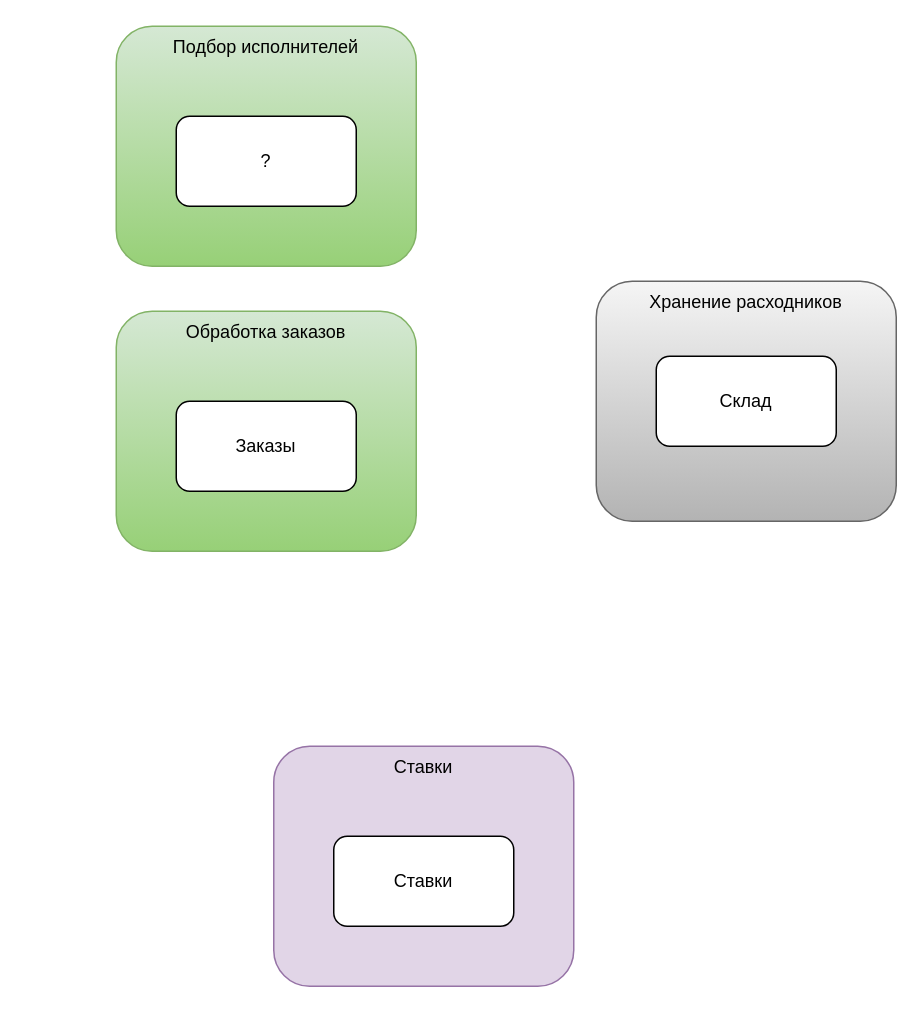
Above: 2_Bounded_context.drawio in jnzz/MCF (draw.io), before the change. Source tidied: cells renumbered, new cells numbered last; positions are measured from the earlier drawing's top-left corner, leaving out a move shared by most shapes. Both pictures are drawn from the tidied source at 150%, with x=0, y=0 at pixel (116, 26).
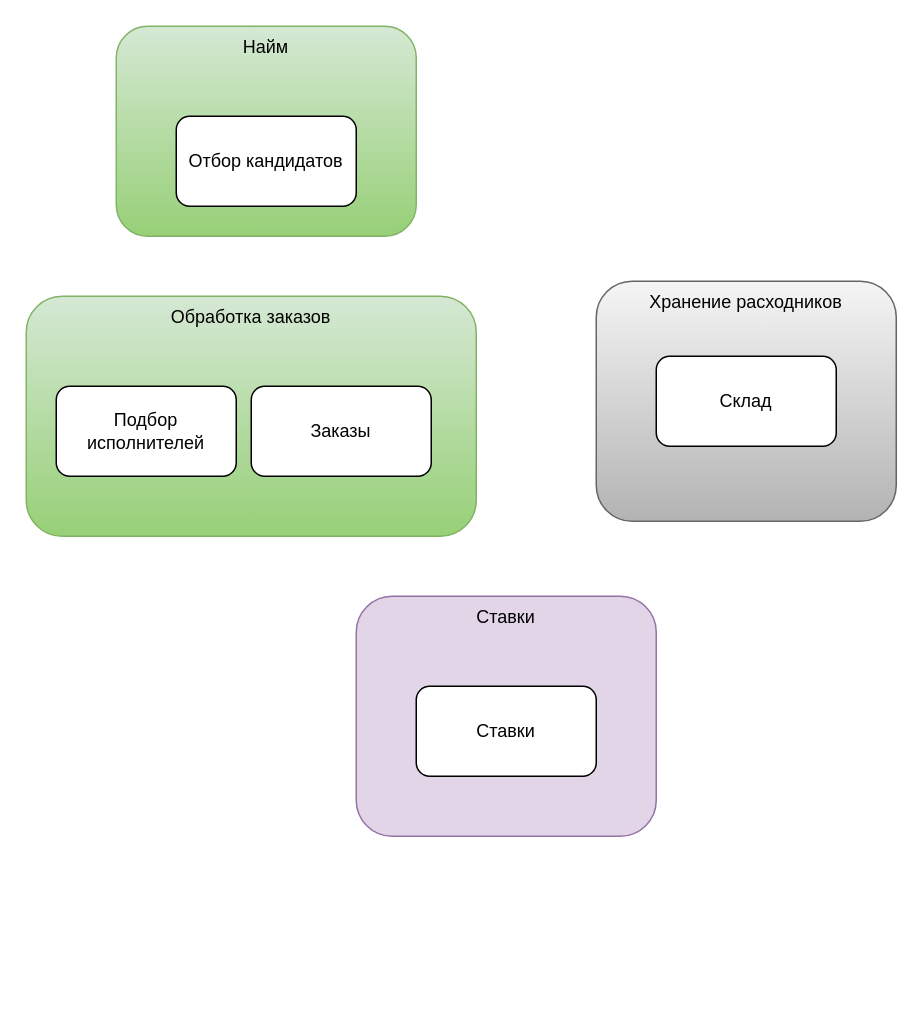
The same page after the edit.

The edit, as a diff of the source:
```diff
@@
 <mxGraphModel>
   <root>
     <mxCell id="0" />
     <mxCell id="1" parent="0" />
     <mxCell id="2" value="Хранение расходников" style="rounded=1;whiteSpace=wrap;html=1;fillColor=#f5f5f5;strokeColor=#666666;gradientColor=#b3b3b3;verticalAlign=top;" parent="1" vertex="1">
       <mxGeometry x="320" y="170" width="200" height="160" as="geometry" />
     </mxCell>
     <mxCell id="3" value="Склад" style="rounded=1;whiteSpace=wrap;html=1;" parent="1" vertex="1">
       <mxGeometry x="360" y="220" width="120" height="60" as="geometry" />
     </mxCell>
-    <mxCell id="4" value="Подбор исполнителей" style="rounded=1;whiteSpace=wrap;html=1;fillColor=#d5e8d4;strokeColor=#82b366;gradientColor=#97d077;verticalAlign=top;" parent="1" vertex="1">
-      <mxGeometry width="200" height="160" as="geometry" />
+    <mxCell id="4" value="Найм" style="rounded=1;whiteSpace=wrap;html=1;fillColor=#d5e8d4;strokeColor=#82b366;gradientColor=#97d077;verticalAlign=top;" parent="1" vertex="1">
+      <mxGeometry width="200" height="140" as="geometry" />
     </mxCell>
-    <mxCell id="5" value="?" style="rounded=1;whiteSpace=wrap;html=1;" parent="1" vertex="1">
-      <mxGeometry x="40" y="60" width="120" height="60" as="geometry" />
-    </mxCell>
     <mxCell id="6" value="Обработка заказов" style="rounded=1;whiteSpace=wrap;html=1;fillColor=#d5e8d4;strokeColor=#82b366;verticalAlign=top;gradientColor=#97d077;" parent="1" vertex="1">
-      <mxGeometry y="190" width="200" height="160" as="geometry" />
+      <mxGeometry x="-60" y="180" width="300" height="160" as="geometry" />
     </mxCell>
     <mxCell id="7" value="Заказы" style="rounded=1;whiteSpace=wrap;html=1;" parent="1" vertex="1">
-      <mxGeometry x="40" y="250" width="120" height="60" as="geometry" />
+      <mxGeometry x="90" y="240" width="120" height="60" as="geometry" />
     </mxCell>
     <mxCell id="8" value="Ставки" style="rounded=1;whiteSpace=wrap;html=1;fillColor=#e1d5e7;strokeColor=#9673a6;verticalAlign=top;" parent="1" vertex="1">
-      <mxGeometry x="105" y="480" width="200" height="160" as="geometry" />
+      <mxGeometry x="160" y="380" width="200" height="160" as="geometry" />
     </mxCell>
     <mxCell id="9" value="Ставки" style="rounded=1;whiteSpace=wrap;html=1;" parent="1" vertex="1">
-      <mxGeometry x="145" y="540" width="120" height="60" as="geometry" />
+      <mxGeometry x="200" y="440" width="120" height="60" as="geometry" />
     </mxCell>
+    <mxCell id="5" value="Подбор исполнителей" style="rounded=1;whiteSpace=wrap;html=1;" parent="1" vertex="1">
+      <mxGeometry x="-40" y="240" width="120" height="60" as="geometry" />
+    </mxCell>
+    <mxCell id="10" value="Отбор кандидатов" style="rounded=1;whiteSpace=wrap;html=1;" parent="1" vertex="1">
+      <mxGeometry x="40" y="60" width="120" height="60" as="geometry" />
+    </mxCell>
   </root>
 </mxGraphModel>
```
